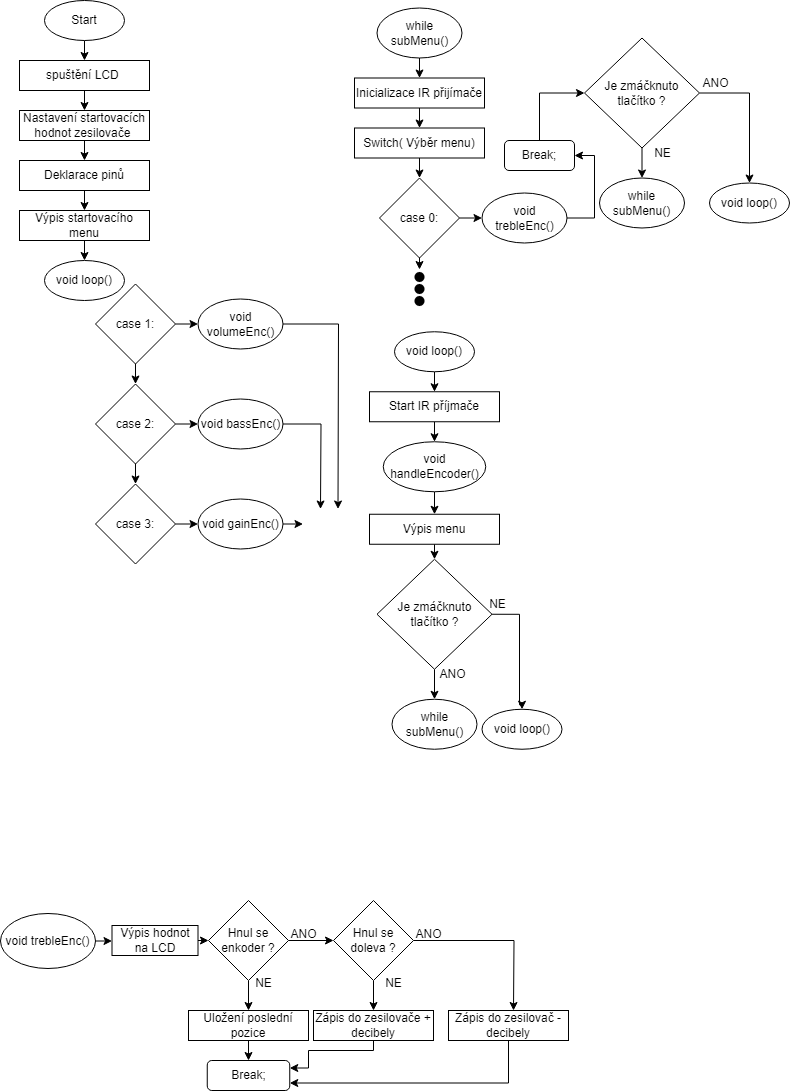
This is Code_flowchart.png from Polkorabjaroslav/Project_adruinonano_encodermenu, a draw.io export, as it was before one commit. Source tidied: cells renumbered, new cells last; positions are measured from the earlier drawing's top-left corner, leaving out a move shared by most shapes.
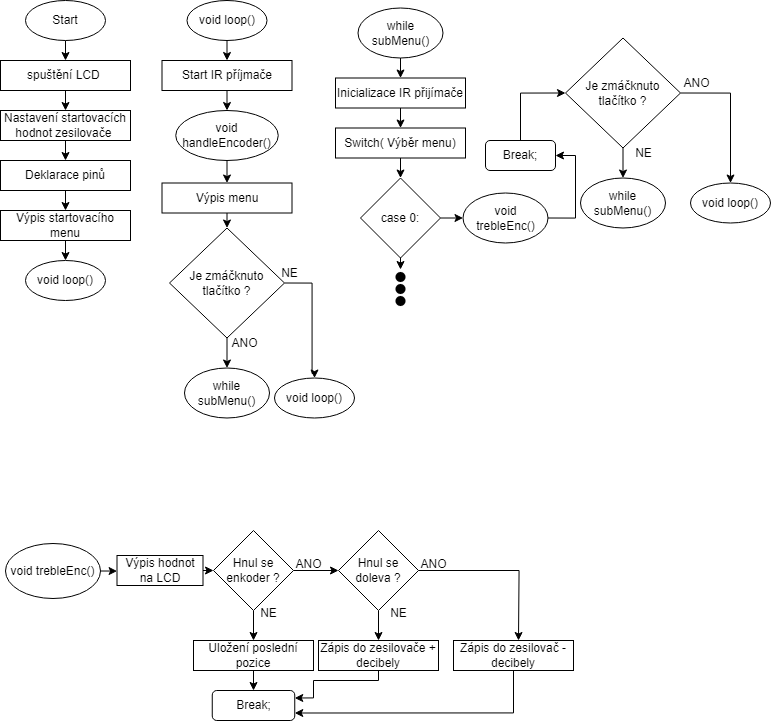
Above is the later version.

Diff of the diagram source:
```diff
@@ -39,21 +39,21 @@
       <mxGeometry relative="1" as="geometry" />
     </mxCell>
     <mxCell id="14" value="void loop()" style="ellipse;whiteSpace=wrap;html=1;" parent="1" vertex="1">
-      <mxGeometry x="394" y="331.2" width="80" height="40" as="geometry" />
+      <mxGeometry x="205.5" width="80" height="40" as="geometry" />
     </mxCell>
     <mxCell id="15" style="edgeStyle=orthogonalEdgeStyle;rounded=0;jettySize=auto;html=1;exitX=0.5;exitY=1;exitDx=0;exitDy=0;entryX=0.5;entryY=0;entryDx=0;entryDy=0;" parent="1" edge="1" source="16">
       <mxGeometry relative="1" as="geometry">
-        <mxPoint x="434" y="441.2" as="targetPoint" />
+        <mxPoint x="245.5" y="110" as="targetPoint" />
       </mxGeometry>
     </mxCell>
     <mxCell id="16" value="Start IR příjmače" style="rounded=0;whiteSpace=wrap;html=1;" parent="1" vertex="1">
-      <mxGeometry x="369" y="391.2" width="130" height="30" as="geometry" />
+      <mxGeometry x="180.5" y="60" width="130" height="30" as="geometry" />
     </mxCell>
     <mxCell id="17" style="edgeStyle=orthogonalEdgeStyle;rounded=0;jettySize=auto;html=1;entryX=0.5;entryY=0;entryDx=0;entryDy=0;exitX=0.5;exitY=1;exitDx=0;exitDy=0;" parent="1" edge="1" source="85" target="84">
       <mxGeometry relative="1" as="geometry" />
     </mxCell>
     <mxCell id="18" value="while subMenu()" style="ellipse;whiteSpace=wrap;html=1;" parent="1" vertex="1">
-      <mxGeometry x="391.5" y="698.8" width="85" height="50" as="geometry" />
+      <mxGeometry x="203" y="367.5" width="85" height="50" as="geometry" />
     </mxCell>
     <mxCell id="19" style="edgeStyle=orthogonalEdgeStyle;rounded=0;jettySize=auto;html=1;exitX=0.5;exitY=1;exitDx=0;exitDy=0;entryX=0.5;entryY=0;entryDx=0;entryDy=0;" parent="1" edge="1" source="21" target="18">
       <mxGeometry relative="1" as="geometry" />
@@ -61,22 +61,22 @@
     <mxCell id="20" style="edgeStyle=orthogonalEdgeStyle;rounded=0;jettySize=auto;html=1;exitX=1;exitY=0.5;exitDx=0;exitDy=0;entryX=0.5;entryY=0;entryDx=0;entryDy=0;" parent="1" edge="1" source="21" target="24">
       <mxGeometry relative="1" as="geometry">
         <Array as="points">
-          <mxPoint x="519" y="614.2" />
-          <mxPoint x="519" y="704.2" />
+          <mxPoint x="330.5" y="283" />
+          <mxPoint x="330.5" y="373" />
         </Array>
       </mxGeometry>
     </mxCell>
     <mxCell id="21" value="Je zmáčknuto tlačítko ?" style="rhombus;whiteSpace=wrap;html=1;" parent="1" vertex="1">
-      <mxGeometry x="376.5" y="558.8" width="115" height="110" as="geometry" />
+      <mxGeometry x="188" y="227.5" width="115" height="110" as="geometry" />
     </mxCell>
     <mxCell id="22" value="ANO" style="text;html=1;align=center;verticalAlign=middle;strokeColor=none;fillColor=none;" parent="1" vertex="1">
-      <mxGeometry x="426.5" y="658.8" width="50" height="30" as="geometry" />
+      <mxGeometry x="238" y="327.5" width="50" height="30" as="geometry" />
     </mxCell>
     <mxCell id="23" value="NE" style="text;html=1;align=center;verticalAlign=middle;strokeColor=none;fillColor=none;" parent="1" vertex="1">
-      <mxGeometry x="476.5" y="588.8" width="40" height="30" as="geometry" />
+      <mxGeometry x="288" y="257.5" width="40" height="30" as="geometry" />
     </mxCell>
     <mxCell id="24" value="void loop()" style="ellipse;whiteSpace=wrap;html=1;" parent="1" vertex="1">
-      <mxGeometry x="481.5" y="708.8" width="80" height="40" as="geometry" />
+      <mxGeometry x="293" y="377.5" width="80" height="40" as="geometry" />
     </mxCell>
     <mxCell id="25" style="edgeStyle=orthogonalEdgeStyle;rounded=0;jettySize=auto;html=1;exitX=0.5;exitY=1;exitDx=0;exitDy=0;entryX=0.5;entryY=0;entryDx=0;entryDy=0;" parent="1" edge="1" source="26" target="28">
       <mxGeometry relative="1" as="geometry" />
@@ -122,35 +122,6 @@
     <mxCell id="35" value="case 0:" style="rhombus;whiteSpace=wrap;html=1;" parent="1" vertex="1">
       <mxGeometry x="379" y="177.5" width="80" height="80" as="geometry" />
     </mxCell>
-    <mxCell id="36" style="edgeStyle=orthogonalEdgeStyle;rounded=0;jettySize=auto;html=1;exitX=0.5;exitY=1;exitDx=0;exitDy=0;entryX=0.5;entryY=0;entryDx=0;entryDy=0;" parent="1" edge="1" source="38" target="42">
-      <mxGeometry relative="1" as="geometry" />
-    </mxCell>
-    <mxCell id="37" style="edgeStyle=orthogonalEdgeStyle;rounded=0;jettySize=auto;html=1;exitX=1;exitY=0.5;exitDx=0;exitDy=0;entryX=0;entryY=0.5;entryDx=0;entryDy=0;" parent="1" edge="1" source="38" target="55">
-      <mxGeometry relative="1" as="geometry" />
-    </mxCell>
-    <mxCell id="38" value="case 1:" style="rhombus;whiteSpace=wrap;html=1;" parent="1" vertex="1">
-      <mxGeometry x="95" y="283.5" width="80" height="80" as="geometry" />
-    </mxCell>
-    <mxCell id="39" style="edgeStyle=orthogonalEdgeStyle;rounded=0;jettySize=auto;html=1;exitX=0.5;exitY=1;exitDx=0;exitDy=0;" parent="1" edge="1" source="42">
-      <mxGeometry relative="1" as="geometry">
-        <mxPoint x="135" y="443.5" as="targetPoint" />
-      </mxGeometry>
-    </mxCell>
-    <mxCell id="40" style="edgeStyle=orthogonalEdgeStyle;rounded=0;jettySize=auto;html=1;exitX=0.5;exitY=1;exitDx=0;exitDy=0;entryX=0.5;entryY=0;entryDx=0;entryDy=0;" parent="1" edge="1" source="42" target="44">
-      <mxGeometry relative="1" as="geometry" />
-    </mxCell>
-    <mxCell id="41" style="edgeStyle=orthogonalEdgeStyle;rounded=0;jettySize=auto;html=1;exitX=1;exitY=0.5;exitDx=0;exitDy=0;entryX=0;entryY=0.5;entryDx=0;entryDy=0;" parent="1" edge="1" source="42" target="57">
-      <mxGeometry relative="1" as="geometry" />
-    </mxCell>
-    <mxCell id="42" value="case 2:" style="rhombus;whiteSpace=wrap;html=1;" parent="1" vertex="1">
-      <mxGeometry x="95" y="383.5" width="80" height="80" as="geometry" />
-    </mxCell>
-    <mxCell id="43" style="edgeStyle=orthogonalEdgeStyle;rounded=0;jettySize=auto;html=1;exitX=1;exitY=0.5;exitDx=0;exitDy=0;entryX=0;entryY=0.5;entryDx=0;entryDy=0;" parent="1" edge="1" source="44" target="59">
-      <mxGeometry relative="1" as="geometry" />
-    </mxCell>
-    <mxCell id="44" value="case 3:" style="rhombus;whiteSpace=wrap;html=1;" parent="1" vertex="1">
-      <mxGeometry x="95" y="483.5" width="80" height="80" as="geometry" />
-    </mxCell>
     <mxCell id="45" value="while subMenu()" style="ellipse;whiteSpace=wrap;html=1;" parent="1" vertex="1">
       <mxGeometry x="599" y="177.5" width="85" height="50" as="geometry" />
     </mxCell>
@@ -178,30 +149,6 @@
     <mxCell id="53" value="void trebleEnc()" style="ellipse;whiteSpace=wrap;html=1;" parent="1" vertex="1">
       <mxGeometry x="481.5" y="192.5" width="85" height="50" as="geometry" />
     </mxCell>
-    <mxCell id="54" style="edgeStyle=orthogonalEdgeStyle;rounded=0;jettySize=auto;html=1;exitX=1;exitY=0.5;exitDx=0;exitDy=0;entryX=0.5;entryY=0;entryDx=0;entryDy=0;" parent="1" edge="1" source="55">
-      <mxGeometry relative="1" as="geometry">
-        <mxPoint x="337.5" y="508.5" as="targetPoint" />
-      </mxGeometry>
-    </mxCell>
-    <mxCell id="55" value="void volumeEnc()" style="ellipse;whiteSpace=wrap;html=1;" parent="1" vertex="1">
-      <mxGeometry x="197.5" y="298.5" width="85" height="50" as="geometry" />
-    </mxCell>
-    <mxCell id="56" style="edgeStyle=orthogonalEdgeStyle;rounded=0;jettySize=auto;html=1;exitX=1;exitY=0.5;exitDx=0;exitDy=0;entryX=0.25;entryY=0;entryDx=0;entryDy=0;" parent="1" edge="1" source="57">
-      <mxGeometry relative="1" as="geometry">
-        <mxPoint x="320" y="508.5" as="targetPoint" />
-      </mxGeometry>
-    </mxCell>
-    <mxCell id="57" value="void bassEnc()" style="ellipse;whiteSpace=wrap;html=1;" parent="1" vertex="1">
-      <mxGeometry x="197.5" y="398.5" width="85" height="50" as="geometry" />
-    </mxCell>
-    <mxCell id="58" style="edgeStyle=orthogonalEdgeStyle;rounded=0;jettySize=auto;html=1;exitX=1;exitY=0.5;exitDx=0;exitDy=0;entryX=0;entryY=0.5;entryDx=0;entryDy=0;" parent="1" edge="1" source="59">
-      <mxGeometry relative="1" as="geometry">
-        <mxPoint x="302.5" y="523.5" as="targetPoint" />
-      </mxGeometry>
-    </mxCell>
-    <mxCell id="59" value="void gainEnc()" style="ellipse;whiteSpace=wrap;html=1;" parent="1" vertex="1">
-      <mxGeometry x="197.5" y="498.5" width="85" height="50" as="geometry" />
-    </mxCell>
     <mxCell id="60" style="edgeStyle=orthogonalEdgeStyle;rounded=0;jettySize=auto;html=1;exitX=0.5;exitY=0;exitDx=0;exitDy=0;entryX=0;entryY=0.5;entryDx=0;entryDy=0;" parent="1" edge="1" source="61" target="48">
       <mxGeometry relative="1" as="geometry" />
     </mxCell>
@@ -212,13 +159,13 @@
       <mxGeometry relative="1" as="geometry" />
     </mxCell>
     <mxCell id="63" value="void trebleEnc()" style="ellipse;whiteSpace=wrap;html=1;" parent="1" vertex="1">
-      <mxGeometry y="913" width="95" height="55" as="geometry" />
+      <mxGeometry x="24" y="543" width="95" height="55" as="geometry" />
     </mxCell>
     <mxCell id="64" style="edgeStyle=orthogonalEdgeStyle;rounded=0;jettySize=auto;html=1;exitX=1;exitY=0.5;exitDx=0;exitDy=0;entryX=0;entryY=0.5;entryDx=0;entryDy=0;" parent="1" edge="1" source="65" target="68">
       <mxGeometry relative="1" as="geometry" />
     </mxCell>
     <mxCell id="65" value="Výpis hodnot na LCD" style="rounded=0;whiteSpace=wrap;html=1;" parent="1" vertex="1">
-      <mxGeometry x="111.5" y="925" width="86" height="30" as="geometry" />
+      <mxGeometry x="135.5" y="555" width="86" height="30" as="geometry" />
     </mxCell>
     <mxCell id="66" style="edgeStyle=orthogonalEdgeStyle;rounded=0;jettySize=auto;html=1;exitX=0.5;exitY=1;exitDx=0;exitDy=0;entryX=0.5;entryY=0;entryDx=0;entryDy=0;" parent="1" edge="1" source="68" target="73">
       <mxGeometry relative="1" as="geometry" />
@@ -227,66 +174,66 @@
       <mxGeometry relative="1" as="geometry" />
     </mxCell>
     <mxCell id="68" value="Hnul se enkoder ?" style="rhombus;whiteSpace=wrap;html=1;" parent="1" vertex="1">
-      <mxGeometry x="208" y="900" width="80" height="80" as="geometry" />
+      <mxGeometry x="232" y="530" width="80" height="80" as="geometry" />
     </mxCell>
     <mxCell id="69" style="edgeStyle=orthogonalEdgeStyle;rounded=0;jettySize=auto;html=1;exitX=1;exitY=0.5;exitDx=0;exitDy=0;" parent="1" edge="1" source="71">
       <mxGeometry relative="1" as="geometry">
-        <mxPoint x="513" y="1010" as="targetPoint" />
+        <mxPoint x="537" y="640" as="targetPoint" />
       </mxGeometry>
     </mxCell>
     <mxCell id="70" style="edgeStyle=orthogonalEdgeStyle;rounded=0;jettySize=auto;html=1;exitX=0.5;exitY=1;exitDx=0;exitDy=0;entryX=0.5;entryY=0;entryDx=0;entryDy=0;" parent="1" edge="1" source="71" target="78">
       <mxGeometry relative="1" as="geometry" />
     </mxCell>
     <mxCell id="71" value="Hnul se doleva ?" style="rhombus;whiteSpace=wrap;html=1;" parent="1" vertex="1">
-      <mxGeometry x="333" y="900" width="80" height="80" as="geometry" />
+      <mxGeometry x="357" y="530" width="80" height="80" as="geometry" />
     </mxCell>
     <mxCell id="72" style="edgeStyle=orthogonalEdgeStyle;rounded=0;jettySize=auto;html=1;exitX=0.5;exitY=1;exitDx=0;exitDy=0;entryX=0.5;entryY=0;entryDx=0;entryDy=0;" parent="1" edge="1" source="73" target="74">
       <mxGeometry relative="1" as="geometry" />
     </mxCell>
     <mxCell id="73" value="Uložení poslední pozice" style="rounded=0;whiteSpace=wrap;html=1;" parent="1" vertex="1">
-      <mxGeometry x="188" y="1010" width="120" height="30" as="geometry" />
+      <mxGeometry x="212" y="640" width="120" height="30" as="geometry" />
     </mxCell>
     <mxCell id="74" value="Break;" style="rounded=1;whiteSpace=wrap;html=1;" parent="1" vertex="1">
-      <mxGeometry x="206.8" y="1060" width="82.5" height="30" as="geometry" />
+      <mxGeometry x="230.8" y="690" width="82.5" height="30" as="geometry" />
     </mxCell>
     <mxCell id="75" style="edgeStyle=orthogonalEdgeStyle;rounded=0;jettySize=auto;html=1;exitX=0.5;exitY=1;exitDx=0;exitDy=0;entryX=1;entryY=0.75;entryDx=0;entryDy=0;" parent="1" edge="1" source="76" target="74">
       <mxGeometry relative="1" as="geometry" />
     </mxCell>
     <mxCell id="76" value="Zápis do zesilovač - decibely" style="rounded=0;whiteSpace=wrap;html=1;" parent="1" vertex="1">
-      <mxGeometry x="448" y="1010" width="120" height="30" as="geometry" />
+      <mxGeometry x="472" y="640" width="120" height="30" as="geometry" />
     </mxCell>
     <mxCell id="77" style="edgeStyle=orthogonalEdgeStyle;rounded=0;jettySize=auto;html=1;exitX=0.5;exitY=1;exitDx=0;exitDy=0;entryX=1;entryY=0.25;entryDx=0;entryDy=0;" parent="1" edge="1" source="78" target="74">
       <mxGeometry relative="1" as="geometry">
         <Array as="points">
-          <mxPoint x="373" y="1050" />
-          <mxPoint x="308" y="1050" />
-          <mxPoint x="308" y="1068" />
+          <mxPoint x="397" y="680" />
+          <mxPoint x="332" y="680" />
+          <mxPoint x="332" y="698" />
         </Array>
       </mxGeometry>
     </mxCell>
     <mxCell id="78" value="Zápis do zesilovače + decibely" style="rounded=0;whiteSpace=wrap;html=1;" parent="1" vertex="1">
-      <mxGeometry x="313" y="1010" width="120" height="30" as="geometry" />
+      <mxGeometry x="337" y="640" width="120" height="30" as="geometry" />
     </mxCell>
     <mxCell id="79" value="ANO" style="text;html=1;align=center;verticalAlign=middle;strokeColor=none;fillColor=none;" parent="1" vertex="1">
-      <mxGeometry x="278" y="918.8" width="50" height="30" as="geometry" />
+      <mxGeometry x="302" y="548.8" width="50" height="30" as="geometry" />
     </mxCell>
     <mxCell id="80" value="NE" style="text;html=1;align=center;verticalAlign=middle;strokeColor=none;fillColor=none;" parent="1" vertex="1">
-      <mxGeometry x="243" y="968" width="40" height="30" as="geometry" />
+      <mxGeometry x="267" y="598" width="40" height="30" as="geometry" />
     </mxCell>
     <mxCell id="81" value="ANO" style="text;html=1;align=center;verticalAlign=middle;strokeColor=none;fillColor=none;" parent="1" vertex="1">
-      <mxGeometry x="403" y="918.8" width="50" height="30" as="geometry" />
+      <mxGeometry x="427" y="548.8" width="50" height="30" as="geometry" />
     </mxCell>
     <mxCell id="82" value="NE" style="text;html=1;align=center;verticalAlign=middle;strokeColor=none;fillColor=none;" parent="1" vertex="1">
-      <mxGeometry x="373" y="968" width="40" height="30" as="geometry" />
+      <mxGeometry x="397" y="598" width="40" height="30" as="geometry" />
     </mxCell>
     <mxCell id="83" style="edgeStyle=orthogonalEdgeStyle;rounded=0;jettySize=auto;html=1;exitX=0.5;exitY=1;exitDx=0;exitDy=0;entryX=0.5;entryY=0;entryDx=0;entryDy=0;" parent="1" edge="1" source="84" target="21">
       <mxGeometry relative="1" as="geometry" />
     </mxCell>
     <mxCell id="84" value="Výpis menu" style="rounded=0;whiteSpace=wrap;html=1;" parent="1" vertex="1">
-      <mxGeometry x="369" y="513.8" width="130" height="30" as="geometry" />
+      <mxGeometry x="180.5" y="182.5" width="130" height="30" as="geometry" />
     </mxCell>
     <mxCell id="85" value="void handleEncoder()" style="ellipse;whiteSpace=wrap;html=1;" parent="1" vertex="1">
-      <mxGeometry x="382.8" y="441.2" width="102.5" height="50" as="geometry" />
+      <mxGeometry x="194.2" y="110" width="102.5" height="50" as="geometry" />
     </mxCell>
     <mxCell id="86" style="ellipse;whiteSpace=wrap;html=1;fillColor=#000000;strokeWidth=0;" parent="1" vertex="1">
       <mxGeometry x="414" y="271.5" width="10" height="10" as="geometry" />
```
